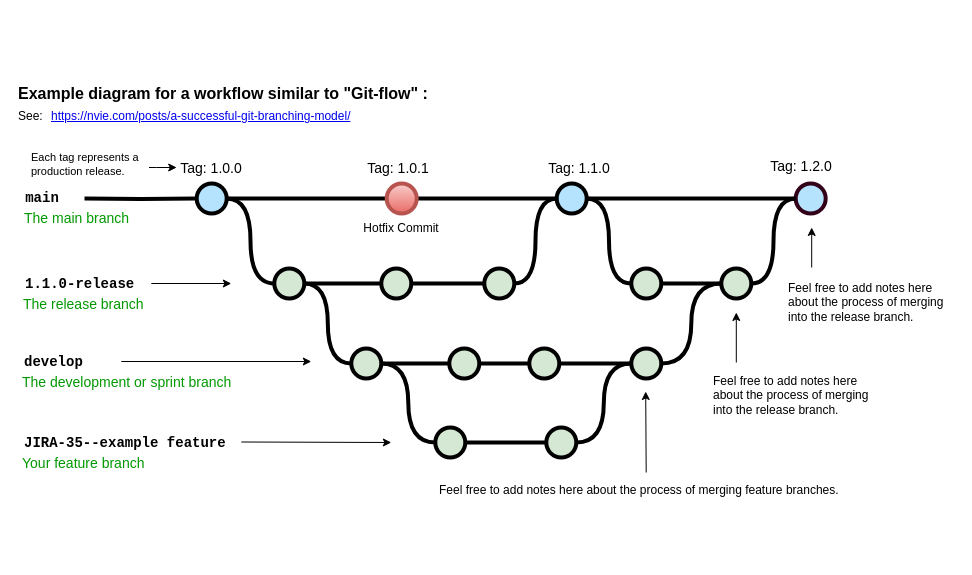
Bspeirtorch/draw keeps this draw.io diagram as page "complex gitflow" (5 of 9) of Untitled Diagram.drawio. Above is the earlier version. Source tidied: cells renumbered, new cells numbered last; positions are measured from the earlier drawing's top-left corner, leaving out a move shared by most shapes. Both pictures are drawn from the tidied source at 100%, with x=0, y=0 at pixel (16, 77).
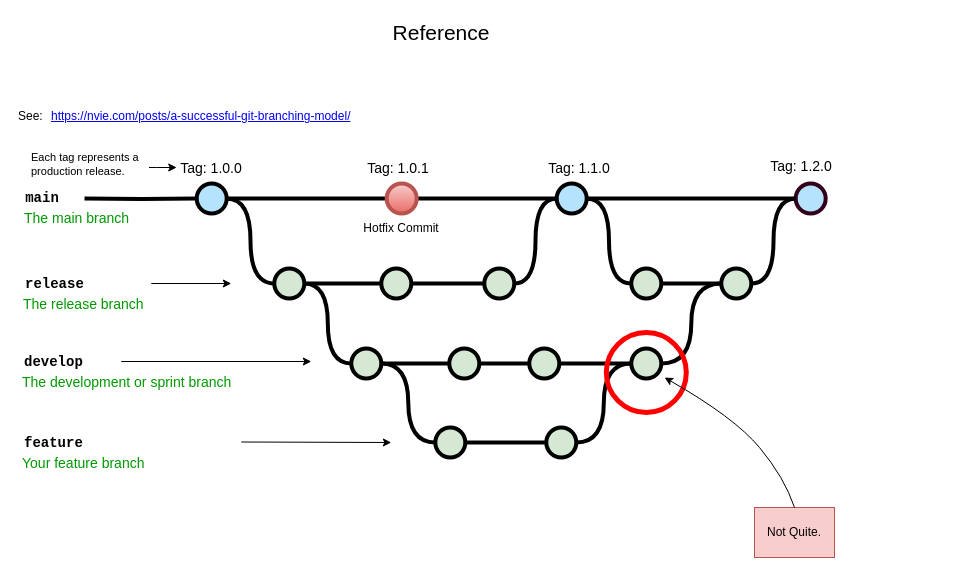
Above is the later version.

Diff of the diagram source:
```diff
@@
-    <mxCell id="18" value="1.1.0-release" style="text;html=1;strokeColor=none;fillColor=none;align=left;verticalAlign=middle;whiteSpace=wrap;overflow=hidden;fontSize=14;fontStyle=1;fontFamily=Courier New;" parent="1" vertex="1">
+    <mxCell id="18" value="release" style="text;html=1;strokeColor=none;fillColor=none;align=left;verticalAlign=middle;whiteSpace=wrap;overflow=hidden;fontSize=14;fontStyle=1;fontFamily=Courier New;" parent="1" vertex="1">
       <mxGeometry x="6.8" y="196" width="240" height="20" as="geometry" />
     </mxCell>
@@
-    <mxCell id="34" value="JIRA-35--example feature" style="text;html=1;strokeColor=none;fillColor=none;align=left;verticalAlign=middle;whiteSpace=wrap;overflow=hidden;fontSize=14;fontStyle=1;fontFamily=Courier New;" parent="1" vertex="1">
+    <mxCell id="34" value="feature" style="text;html=1;strokeColor=none;fillColor=none;align=left;verticalAlign=middle;whiteSpace=wrap;overflow=hidden;fontSize=14;fontStyle=1;fontFamily=Courier New;" parent="1" vertex="1">
       <mxGeometry x="5.5" y="355" width="240" height="20" as="geometry" />
     </mxCell>
@@
-    <mxCell id="49" style="endArrow=classic;html=1;strokeWidth=1;fontFamily=Courier New;fontColor=#009900;exitX=0.5;exitY=0;exitDx=0;exitDy=0;" parent="1" edge="1" source="52">
-      <mxGeometry relative="1" as="geometry">
-        <mxPoint x="629.2" y="314" as="targetPoint" />
-      </mxGeometry>
-    </mxCell>
-    <mxCell id="50" style="endArrow=classic;html=1;strokeWidth=1;fontFamily=Courier New;fontColor=#009900;" parent="1" edge="1">
-      <mxGeometry relative="1" as="geometry">
-        <mxPoint x="719.8" y="285" as="sourcePoint" />
-        <mxPoint x="719.8" y="235" as="targetPoint" />
-      </mxGeometry>
-    </mxCell>
-    <mxCell id="51" value="&lt;span style=&quot;text-align: center&quot;&gt;Feel free to add notes here about the process of merging into the release branch.&lt;br&gt;&lt;/span&gt;" style="text;html=1;strokeColor=none;fillColor=none;align=left;verticalAlign=middle;whiteSpace=wrap;overflow=hidden;fontSize=12;fontStyle=0;fontColor=#000000;" parent="1" vertex="1">
-      <mxGeometry x="694.8" y="285" width="163.2" height="66" as="geometry" />
-    </mxCell>
-    <mxCell id="52" value="&lt;div style=&quot;&quot;&gt;&lt;span&gt;Feel free to add notes here about the process of merging feature branches.&lt;/span&gt;&lt;/div&gt;" style="text;html=1;strokeColor=none;fillColor=none;align=left;verticalAlign=middle;whiteSpace=wrap;overflow=hidden;fontSize=12;fontStyle=0;fontColor=#000000;" parent="1" vertex="1">
-      <mxGeometry x="420.6" y="395" width="418.2" height="36" as="geometry" />
-    </mxCell>
@@
-    <mxCell id="55" value="Example diagram for a workflow similar to &quot;Git-flow&quot; :" style="text;whiteSpace=wrap;html=1;fontStyle=1;fontSize=16;" parent="1" vertex="1">
-      <mxGeometry x="0.2" width="427.8" height="20" as="geometry" />
-    </mxCell>
@@
-    <mxCell id="58" style="endArrow=classic;html=1;strokeWidth=1;fontFamily=Courier New;fontColor=#009900;" parent="1" edge="1">
-      <mxGeometry relative="1" as="geometry">
-        <mxPoint x="795.2" y="190" as="sourcePoint" />
-        <mxPoint x="795.2" y="150" as="targetPoint" />
-      </mxGeometry>
-    </mxCell>
-    <mxCell id="59" value="&lt;span style=&quot;text-align: center&quot;&gt;Feel free to add notes here about the process of merging into the release branch.&lt;br&gt;&lt;br&gt;&lt;/span&gt;" style="text;html=1;strokeColor=none;fillColor=none;align=left;verticalAlign=middle;whiteSpace=wrap;overflow=hidden;fontSize=12;fontStyle=0;fontColor=#000000;" parent="1" vertex="1">
-      <mxGeometry x="770.2" y="191" width="167.8" height="81" as="geometry" />
-    </mxCell>
@@
+    <mxCell id="63" value="Not Quite." style="text;html=1;align=center;verticalAlign=middle;whiteSpace=wrap;rounded=0;fillColor=#f8cecc;strokeColor=#b85450;" parent="1" vertex="1">
+      <mxGeometry x="738" y="430" width="80" height="50" as="geometry" />
+    </mxCell>
+    <mxCell id="64" style="ellipse;whiteSpace=wrap;html=1;fillColor=none;strokeColor=#FF0000;fontColor=#ffffff;strokeWidth=5;" parent="1" vertex="1">
+      <mxGeometry x="589.8" y="255" width="80" height="80" as="geometry" />
+    </mxCell>
+    <mxCell id="65" style="curved=1;endArrow=classic;html=1;rounded=0;entryX=0.728;entryY=0.563;entryDx=0;entryDy=0;exitX=0.5;exitY=0;exitDx=0;exitDy=0;entryPerimeter=0;" parent="1" edge="1" source="63" target="64">
+      <mxGeometry relative="1" as="geometry">
+        <Array as="points">
+          <mxPoint x="768" y="400" />
+          <mxPoint x="718" y="340" />
+        </Array>
+      </mxGeometry>
+    </mxCell>
+    <mxCell id="66" value="Reference" style="text;html=1;align=center;verticalAlign=middle;whiteSpace=wrap;rounded=0;fontSize=21;" parent="1" vertex="1">
+      <mxGeometry x="394.8" y="-60" width="60" height="30" as="geometry" />
+    </mxCell>
```
